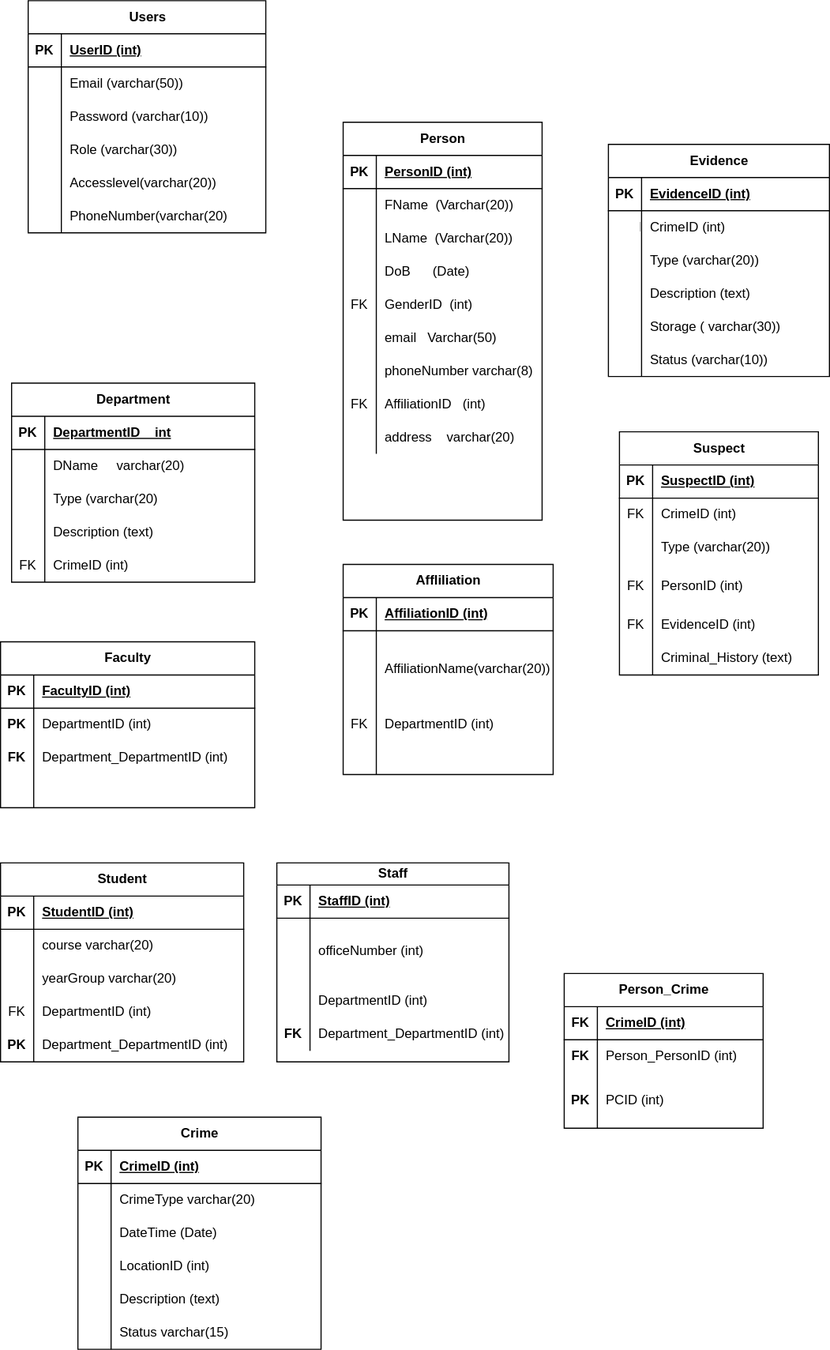
Earlier version of the draw.io export Untitled Diagram.drawio.svg (Priscile2/Diagrams). Source tidied: cells renumbered, new cells last; positions are measured from the earlier drawing's top-left corner, leaving out a move shared by most shapes.
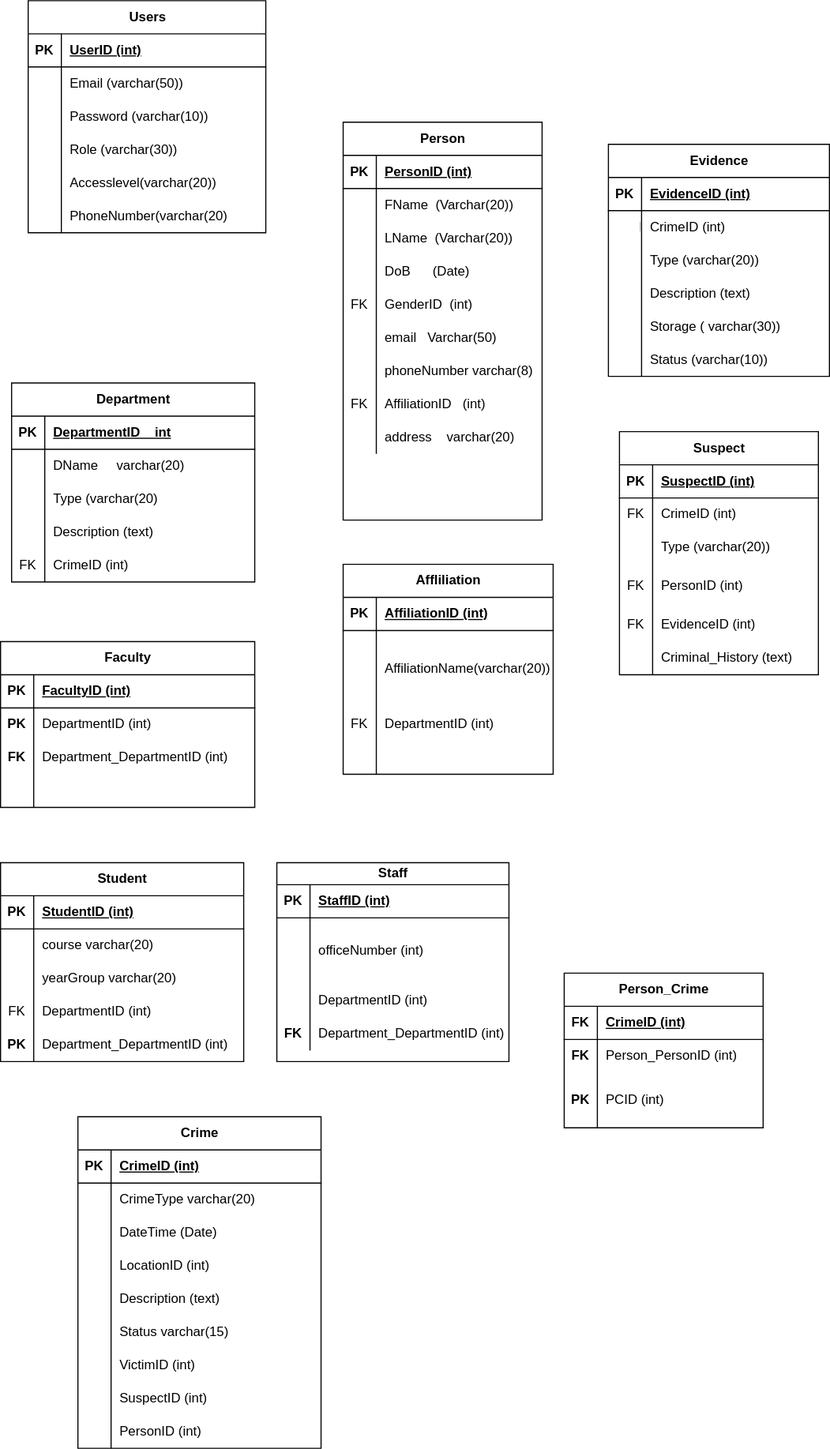
The same file after the commit.

Diff of the diagram source:
```diff
@@ -501,7 +501,7 @@
       <mxGeometry x="30" width="185" height="30" as="geometry" />
     </mxCell>
     <mxCell id="168" value="Crime" style="shape=table;startSize=30;rowLines=0;fontStyle=1;align=center;html=1;" parent="1" vertex="1">
-      <mxGeometry x="70" y="1010" width="220" height="210" as="geometry" />
+      <mxGeometry x="70" y="1010" width="220" height="300" as="geometry" />
     </mxCell>
     <mxCell id="169" style="shape=tableRow;horizontal=0;startSize=0;swimlaneHead=0;swimlaneBody=0;fillColor=none;top=0;left=0;right=0;bottom=1;" parent="168" vertex="1">
       <mxGeometry y="30" width="220" height="30" as="geometry" />
@@ -557,5 +557,32 @@
     <mxCell id="186" value="Status varchar(15)" style="shape=partialRectangle;fillColor=none;top=0;left=0;bottom=0;right=0;align=left;spacingLeft=6;overflow=hidden;whiteSpace=wrap;html=1;" parent="184" vertex="1">
       <mxGeometry x="30" width="190" height="30" as="geometry" />
     </mxCell>
+    <mxCell id="187" style="shape=tableRow;horizontal=0;startSize=0;swimlaneHead=0;swimlaneBody=0;fillColor=none;top=0;left=0;right=0;bottom=0;" parent="168" vertex="1">
+      <mxGeometry y="210" width="220" height="30" as="geometry" />
+    </mxCell>
+    <mxCell id="188" style="shape=partialRectangle;fillColor=none;top=0;left=0;bottom=0;right=0;overflow=hidden;whiteSpace=wrap;html=1;" parent="187" vertex="1">
+      <mxGeometry width="30" height="30" as="geometry" />
+    </mxCell>
+    <mxCell id="189" value="VictimID (int)" style="shape=partialRectangle;fillColor=none;top=0;left=0;bottom=0;right=0;align=left;spacingLeft=6;overflow=hidden;whiteSpace=wrap;html=1;" parent="187" vertex="1">
+      <mxGeometry x="30" width="190" height="30" as="geometry" />
+    </mxCell>
+    <mxCell id="190" style="shape=tableRow;horizontal=0;startSize=0;swimlaneHead=0;swimlaneBody=0;fillColor=none;top=0;left=0;right=0;bottom=0;" parent="168" vertex="1">
+      <mxGeometry y="240" width="220" height="30" as="geometry" />
+    </mxCell>
+    <mxCell id="191" style="shape=partialRectangle;fillColor=none;top=0;left=0;bottom=0;right=0;overflow=hidden;whiteSpace=wrap;html=1;" parent="190" vertex="1">
+      <mxGeometry width="30" height="30" as="geometry" />
+    </mxCell>
+    <mxCell id="192" value="SuspectID (int)" style="shape=partialRectangle;fillColor=none;top=0;left=0;bottom=0;right=0;align=left;spacingLeft=6;overflow=hidden;whiteSpace=wrap;html=1;" parent="190" vertex="1">
+      <mxGeometry x="30" width="190" height="30" as="geometry" />
+    </mxCell>
+    <mxCell id="193" style="shape=tableRow;horizontal=0;startSize=0;swimlaneHead=0;swimlaneBody=0;fillColor=none;top=0;left=0;right=0;bottom=0;" parent="168" vertex="1">
+      <mxGeometry y="270" width="220" height="30" as="geometry" />
+    </mxCell>
+    <mxCell id="194" style="shape=partialRectangle;fillColor=none;top=0;left=0;bottom=0;right=0;overflow=hidden;whiteSpace=wrap;html=1;" parent="193" vertex="1">
+      <mxGeometry width="30" height="30" as="geometry" />
+    </mxCell>
+    <mxCell id="195" value="PersonID (int)" style="shape=partialRectangle;fillColor=none;top=0;left=0;bottom=0;right=0;align=left;spacingLeft=6;overflow=hidden;whiteSpace=wrap;html=1;" parent="193" vertex="1">
+      <mxGeometry x="30" width="190" height="30" as="geometry" />
+    </mxCell>
   </root>
 </mxGraphModel>
```
